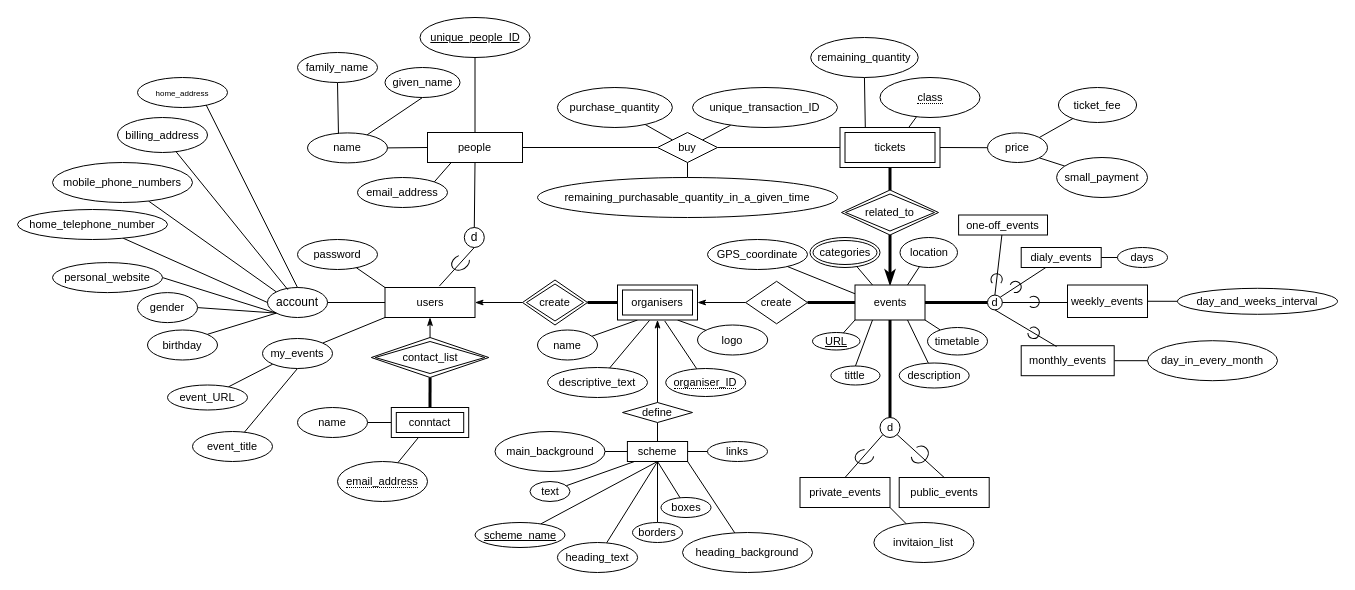
sowhydoUwastemytime/c keeps this draw.io diagram as Untitled Diagram.drawio. Above is the earlier version. Source tidied: cells renumbered, new cells numbered last; positions are measured from the earlier drawing's top-left corner, leaving out a move shared by most shapes. Both pictures are drawn from the tidied source at 100%, with x=0, y=0 at pixel (17, 17).
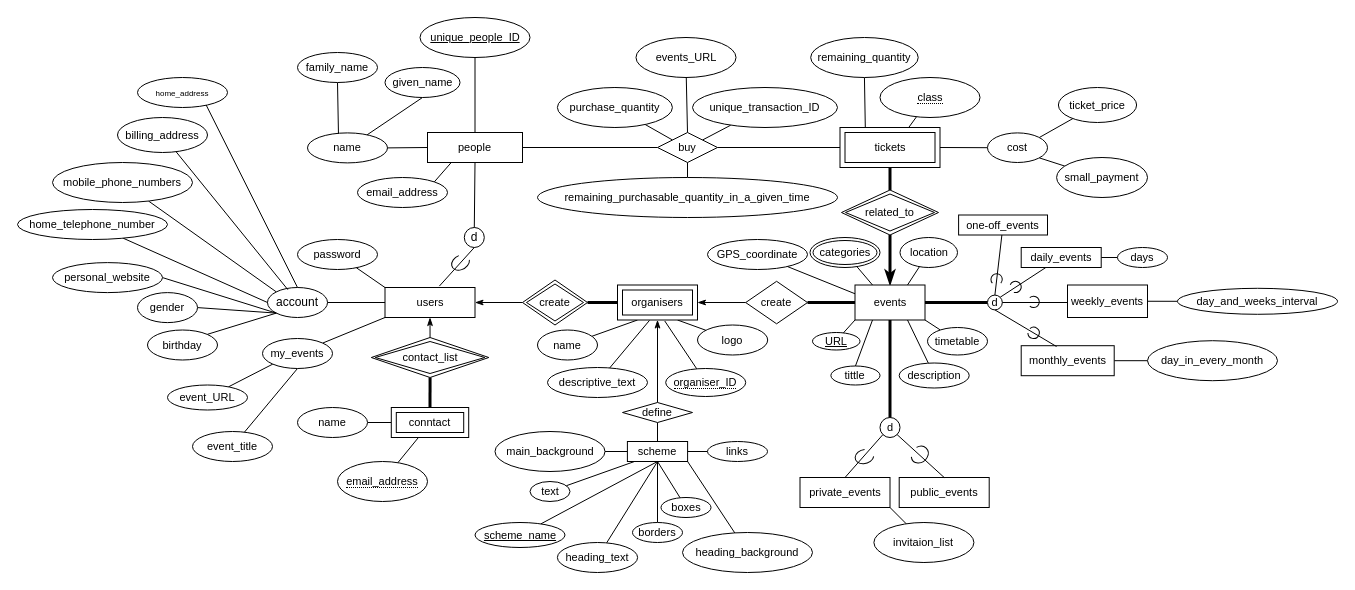
After the change.

The change refers to these unchanged cells:
```xml
<mxCell id="83" value="buy" style="shape=rhombus;perimeter=rhombusPerimeter;whiteSpace=wrap;html=1;align=center;rounded=0;shadow=0;sketch=0;fontSize=11;" parent="1" vertex="1">
  <mxGeometry x="640" y="115" width="60" height="30" as="geometry" />
</mxCell>
```

Change to the diagram source:
```diff
@@
+    <mxCell id="154" style="edgeStyle=none;rounded=0;jettySize=auto;html=1;fontSize=11;startArrow=none;startFill=0;endArrow=none;endFill=0;strokeWidth=1;exitX=0.5;exitY=0;exitDx=0;exitDy=0;" parent="1" edge="1" source="83" target="155">
+      <mxGeometry relative="1" as="geometry" />
+    </mxCell>
@@
-    <mxCell id="106" value="dialy_events" style="whiteSpace=wrap;html=1;align=center;rounded=0;shadow=0;sketch=0;fontSize=11;" parent="1" vertex="1">
+    <mxCell id="106" value="daily_events" style="whiteSpace=wrap;html=1;align=center;rounded=0;shadow=0;sketch=0;fontSize=11;" parent="1" vertex="1">
       <mxGeometry x="1003.7" y="230" width="80" height="20" as="geometry" />
     </mxCell>
@@
-    <mxCell id="147" value="price" style="ellipse;whiteSpace=wrap;html=1;align=center;rounded=0;shadow=0;sketch=0;fontSize=11;" parent="1" vertex="1">
+    <mxCell id="147" value="cost" style="ellipse;whiteSpace=wrap;html=1;align=center;rounded=0;shadow=0;sketch=0;fontSize=11;" parent="1" vertex="1">
       <mxGeometry x="970" y="115.4" width="60" height="29.6" as="geometry" />
     </mxCell>
-    <mxCell id="148" value="ticket_fee" style="ellipse;whiteSpace=wrap;html=1;align=center;rounded=0;shadow=0;sketch=0;fontSize=11;" parent="1" vertex="1">
+    <mxCell id="148" value="ticket_price" style="ellipse;whiteSpace=wrap;html=1;align=center;rounded=0;shadow=0;sketch=0;fontSize=11;" parent="1" vertex="1">
       <mxGeometry x="1040.9" y="70" width="78.2" height="35" as="geometry" />
     </mxCell>
@@
+    <mxCell id="155" value="events_URL" style="ellipse;whiteSpace=wrap;html=1;align=center;rounded=0;shadow=0;sketch=0;fontSize=11;" parent="1" vertex="1">
+      <mxGeometry x="618.5" y="20" width="100" height="40" as="geometry" />
+    </mxCell>
```
